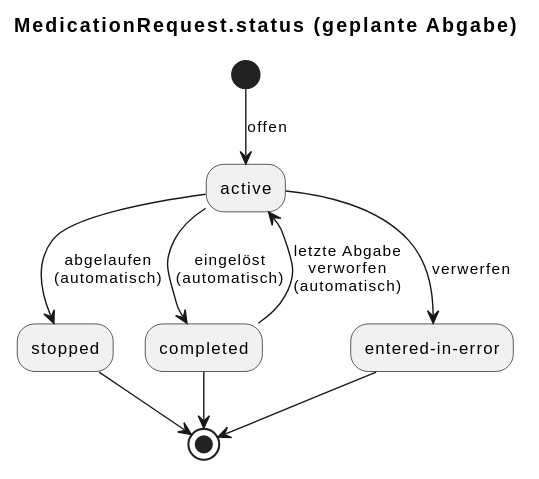
Earlier version of the PlantUML export input/images/plantuml/stateDiagram_mr_status_geplante_abgabe.svg (HL7Austria/ELGA-e-Medikation-R4). The source it was exported from:
```plantuml
@startuml
title MedicationRequest.status (geplante Abgabe)

(*) --> [offen] active
active --> [abgelaufen\n(automatisch)] stopped
active --> [eingelöst\n(automatisch)] completed
completed --> [letzte Abgabe\nverworfen\n(automatisch)] active
active --> [verwerfen] entered-in-error
stopped --> (*)
"entered-in-error" --> (*)
completed --> (*)
@enduml
```
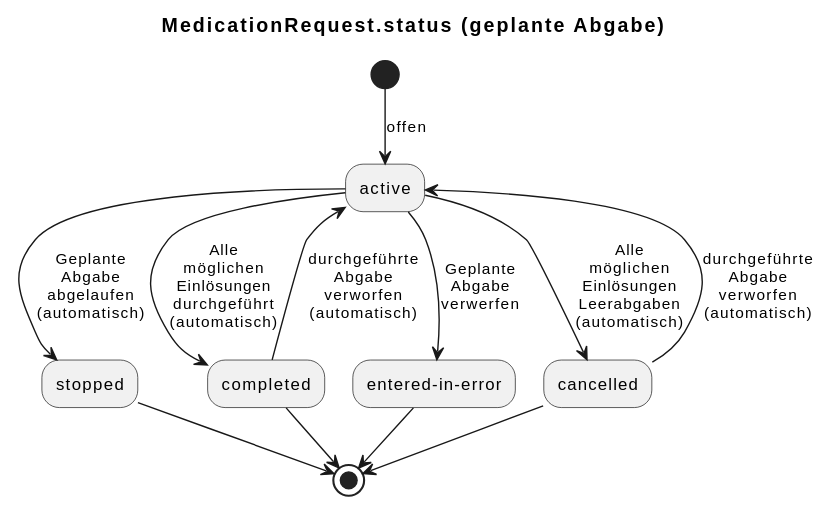
After the change.

Change to the diagram source:
```diff
@@ -2,11 +2,14 @@
 title MedicationRequest.status (geplante Abgabe)
 
 (*) --> [offen] active
-active --> [abgelaufen\n(automatisch)] stopped
-active --> [eingelöst\n(automatisch)] completed
-completed --> [letzte Abgabe\nverworfen\n(automatisch)] active
-active --> [verwerfen] entered-in-error
+active --> [Geplante\nAbgabe\nabgelaufen\n(automatisch)] stopped
+active --> [Alle\nmöglichen\nEinlösungen\ndurchgeführt\n(automatisch)] completed
+active --> [Geplante\nAbgabe\nverwerfen] entered-in-error
+active --> [Alle\nmöglichen\nEinlösungen\nLeerabgaben\n(automatisch)] cancelled
+completed --> [durchgeführte\nAbgabe\nverworfen\n(automatisch)] active
+cancelled --> [durchgeführte\nAbgabe\nverworfen\n(automatisch)] active
 stopped --> (*)
 "entered-in-error" --> (*)
 completed --> (*)
+cancelled --> (*)
 @enduml
```
